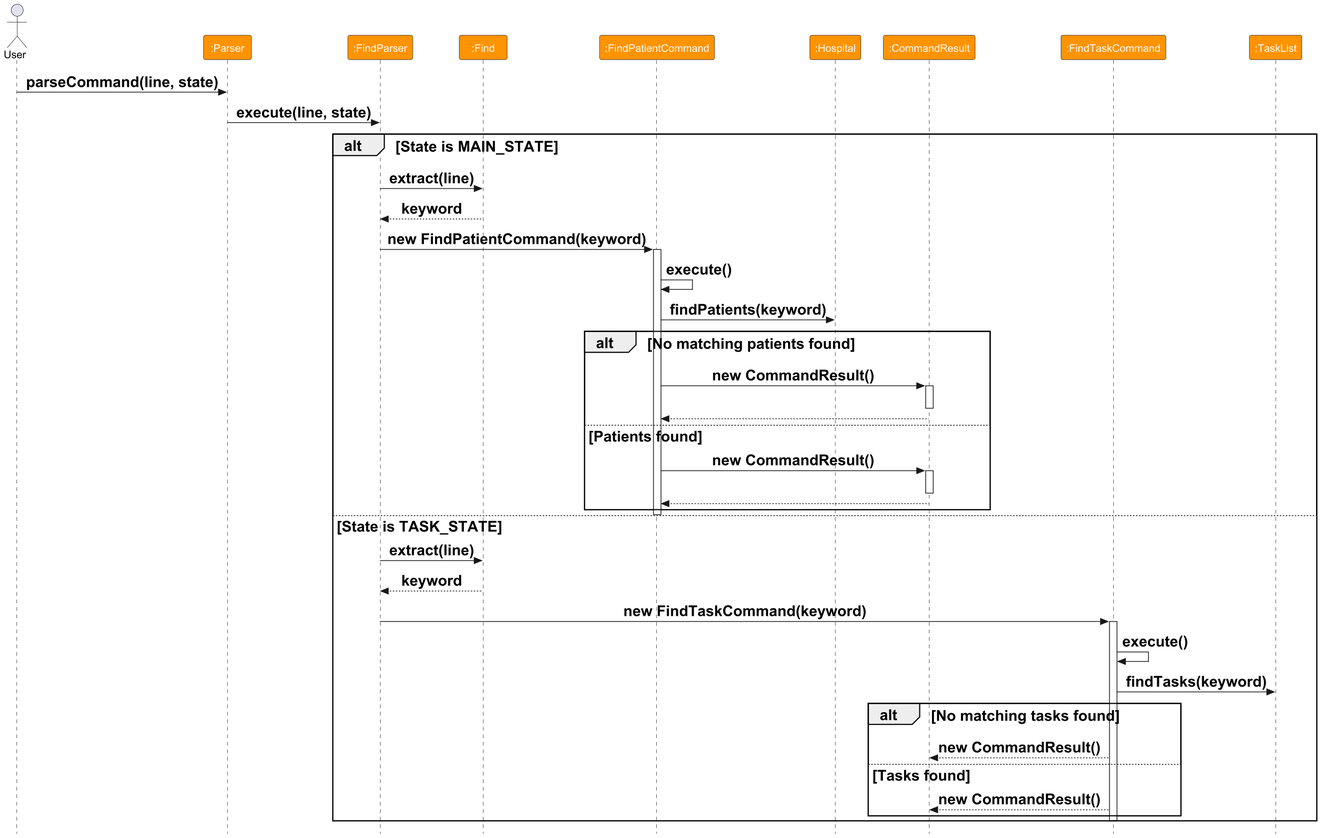
The PlantUML diagram docs/images/FindSequenceDiagram.png in nus-cs2113-AY2425S1/tp, before a commit.
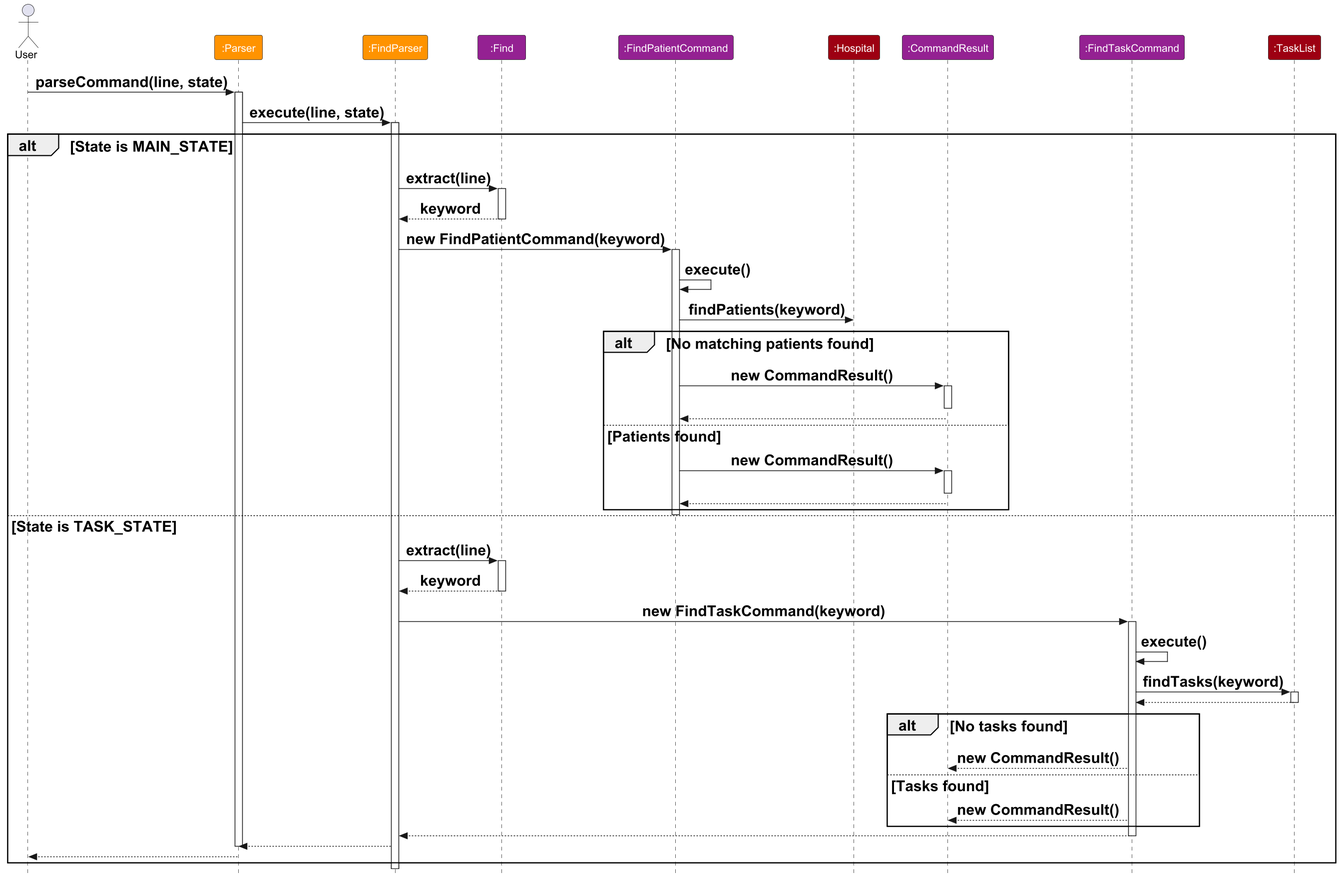
Later version of the same file.

What changed in the source:
```diff
@@ -7,21 +7,25 @@
 actor User
 participant ":Parser" as Parser PARSER_COLOR
 participant ":FindParser" as FindParser PARSER_COLOR
-participant ":Find" as Find PARSER_COLOR
-participant ":FindPatientCommand" as FindPatientCommand PARSER_COLOR
-participant ":Hospital" as Hospital PARSER_COLOR
-participant ":CommandResult" as CommandResult PARSER_COLOR
-participant ":FindTaskCommand" as FindTaskCommand PARSER_COLOR
-participant ":TaskList" as TaskList PARSER_COLOR
+participant ":Find" as Find COMMAND_COLOR
+participant ":FindPatientCommand" as FindPatientCommand COMMAND_COLOR
+participant ":Hospital" as Hospital DATA_COLOR
+participant ":CommandResult" as CommandResult COMMAND_COLOR
+participant ":FindTaskCommand" as FindTaskCommand COMMAND_COLOR
+participant ":TaskList" as TaskList DATA_COLOR
 scale 1.5
 skinparam defaultFontSize 20
 
 User -> Parser : parseCommand(line, state)
+activate Parser
 Parser -> FindParser : execute(line, state)
+activate FindParser
 
 alt State is MAIN_STATE
     FindParser -> Find : extract(line)
+    activate Find
     Find --> FindParser : keyword
+    deactivate Find
     FindParser -> FindPatientCommand : new FindPatientCommand(keyword)
     activate FindPatientCommand
     FindPatientCommand -> FindPatientCommand : execute()
@@ -40,17 +44,27 @@
     deactivate FindPatientCommand
 else State is TASK_STATE
     FindParser -> Find : extract(line)
+    activate Find
     Find --> FindParser : keyword
+    deactivate Find
     FindParser -> FindTaskCommand : new FindTaskCommand(keyword)
     activate FindTaskCommand
     FindTaskCommand -> FindTaskCommand : execute()
     FindTaskCommand -> TaskList : findTasks(keyword)
-    alt No matching tasks found
+    activate TaskList
+    TaskList --> FindTaskCommand
+    deactivate TaskList
+    alt No tasks found
         FindTaskCommand --> CommandResult : new CommandResult()
     else Tasks found
         FindTaskCommand --> CommandResult : new CommandResult()
     end
+    FindTaskCommand --> FindParser
     deactivate FindTaskCommand
+    FindParser --> Parser
+    deactivate Parser
+    Parser --> User
+
 end
 
 @enduml
```
